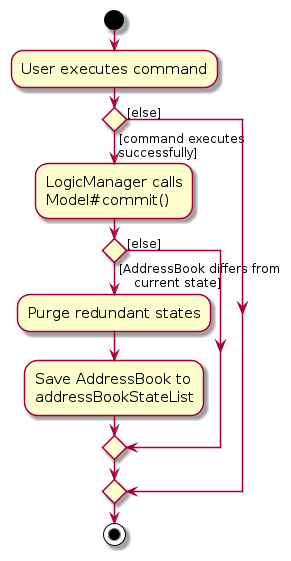
Above: diagrams/CommitActivityDiagram.png in AY2627S1-CS2103T-T13-1/tp (PlantUML), before the change. Its source is kept beside it as diagrams/CommitActivityDiagram.puml.
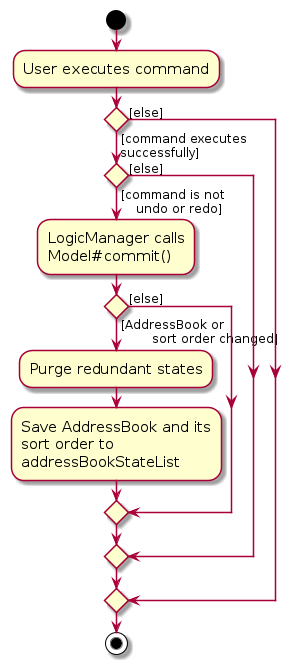
The same file after the commit.

The edit, as a diff of the source:
```diff
@@ -8,13 +8,18 @@
 
 if () then ([command executes
 successfully])
-    :LogicManager calls
-    Model#commit();
-    if () then ([AddressBook differs from
-    current state])
-        :Purge redundant states;
-        :Save AddressBook to
-        addressBookStateList;
+    if () then ([command is not
+    undo or redo])
+        :LogicManager calls
+        Model#commit();
+        if () then ([AddressBook or
+        sort order changed])
+            :Purge redundant states;
+            :Save AddressBook and its
+            sort order to
+            addressBookStateList;
+        else ([else])
+        endif
     else ([else])
     endif
 else ([else])
```
